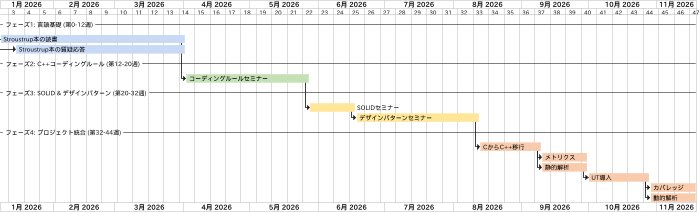
Above: plant_uml/cpp_learning_gantt.png in ichiroprogrammer/from_c_to_cpp (PlantUML), before the change. The source it was exported from:
```plantuml
@startgantt

scale max 700 width

printscale weekly
Project starts the 2026-1-8
language ja

-- フェーズ1: 言語基礎 (第0-12週) --
[Stroustrup本の読書] lasts 12 weeks and is colored in #C7D9F4
[Stroustrup本の質疑応答] starts 1 weeks after [Stroustrup本の読書]'s start and lasts 11 weeks and is colored in #C7D9F4

-- フェーズ2: C++コーディングルール (第12-20週) --
[コーディングルールセミナー] starts after [Stroustrup本の読書]'s end and lasts 8 weeks and is colored in #C5E0B4

-- フェーズ3: SOLID & デザインパターン (第20-32週) --
[SOLIDセミナー] starts after [コーディングルールセミナー]'s end and lasts 3 weeks and is colored in #FFE699
[デザインパターンセミナー] starts after [SOLIDセミナー]'s end and lasts 8 weeks and is colored in #FFE699

-- フェーズ4: プロジェクト統合 (第32-44週) --
[CからC++移行] starts after [デザインパターンセミナー]'s end and lasts 4 weeks and is colored in #F8CBAD
[メトリクス] starts after [CからC++移行]'s end and lasts 3 weeks and is colored in #F8CBAD
[静的解析] starts after [CからC++移行]'s end and lasts 3 weeks and is colored in #F8CBAD
[UT導入] starts after [静的解析]'s end and lasts 4 weeks and is colored in #F8CBAD
[カバレッジ] starts after [UT導入]'s end and lasts 3 weeks and is colored in #F8CBAD
[動的解析] starts after [UT導入]'s end and lasts 3 weeks and is colored in #F8CBAD

@endgantt
```
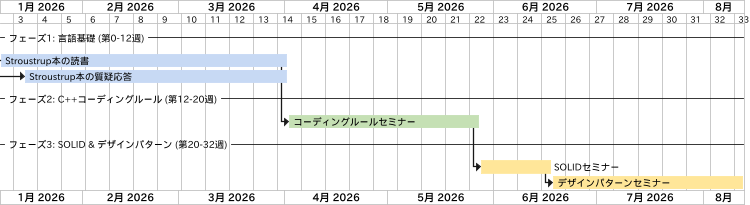
After the change.

The edit, as a diff of the source:
```diff
@@ -1,6 +1,6 @@
 @startgantt
 
-scale max 700 width
+scale max 750 width
 
 printscale weekly
 Project starts the 2026-1-8
@@ -17,12 +17,4 @@
 [SOLIDセミナー] starts after [コーディングルールセミナー]'s end and lasts 3 weeks and is colored in #FFE699
 [デザインパターンセミナー] starts after [SOLIDセミナー]'s end and lasts 8 weeks and is colored in #FFE699
 
--- フェーズ4: プロジェクト統合 (第32-44週) --
-[CからC++移行] starts after [デザインパターンセミナー]'s end and lasts 4 weeks and is colored in #F8CBAD
-[メトリクス] starts after [CからC++移行]'s end and lasts 3 weeks and is colored in #F8CBAD
-[静的解析] starts after [CからC++移行]'s end and lasts 3 weeks and is colored in #F8CBAD
-[UT導入] starts after [静的解析]'s end and lasts 4 weeks and is colored in #F8CBAD
-[カバレッジ] starts after [UT導入]'s end and lasts 3 weeks and is colored in #F8CBAD
-[動的解析] starts after [UT導入]'s end and lasts 3 weeks and is colored in #F8CBAD
-
 @endgantt
```
